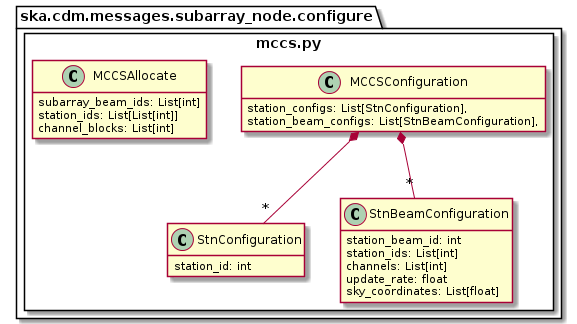
The PlantUML diagram docs/src/developer/subarraynode/mccs.png in ska-telescope/cdm-shared-library, before a commit. Its diagram source:
```plantuml
@startuml
hide empty members

package ska.cdm.messages.subarray_node.configure {
    package mccs.py <<Rectangle>> {

        class StnConfiguration {
            station_id: int
        }

        class StnBeamConfiguration {
            station_beam_id: int
            station_ids: List[int]
            channels: List[int]
            update_rate: float
            sky_coordinates: List[float]
        }

        class MCCSConfiguration {
            station_configs: List[StnConfiguration],
            station_beam_configs: List[StnBeamConfiguration],
        }
        MCCSConfiguration *-- "*" StnConfiguration
        MCCSConfiguration *-- "*" StnBeamConfiguration

        class MCCSAllocate {
            subarray_beam_ids: List[int]
            station_ids: List[List[int]]
            channel_blocks: List[int]
        }

    }
}
@enduml
```
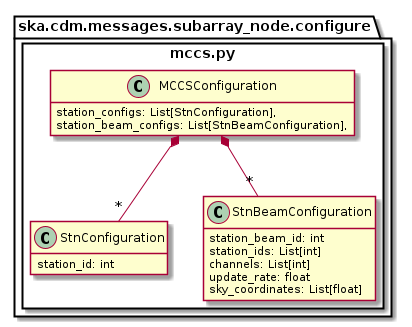
The same diagram one commit later.

Diff of the diagram source:
```diff
@@ -23,12 +23,7 @@
         MCCSConfiguration *-- "*" StnConfiguration
         MCCSConfiguration *-- "*" StnBeamConfiguration
 
-        class MCCSAllocate {
-            subarray_beam_ids: List[int]
-            station_ids: List[List[int]]
-            channel_blocks: List[int]
-        }
-
     }
 }
+
 @enduml
```
